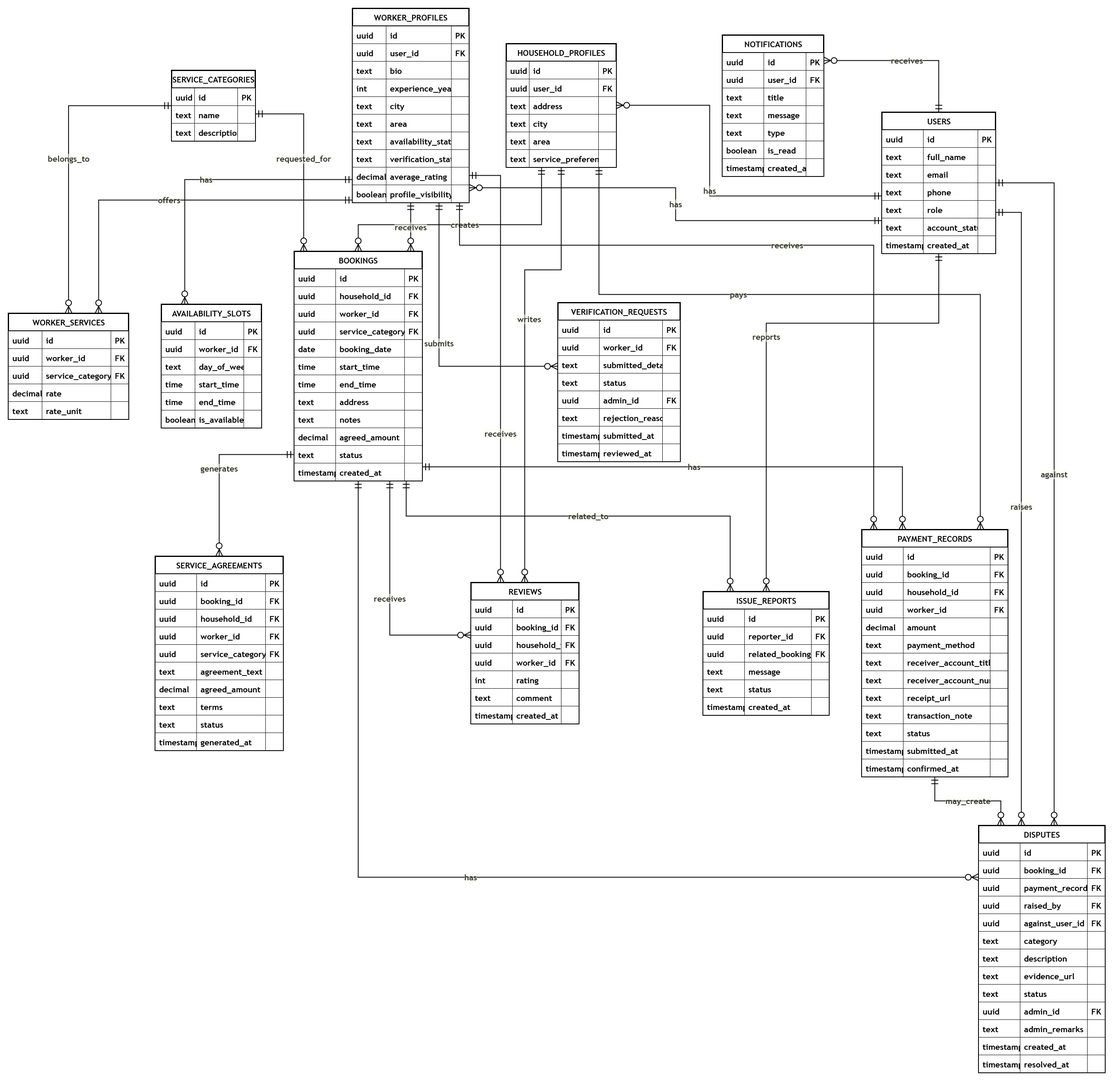
Above: Docs/30 Percent/Diagrams/ERD.png in AbuZar-Babar/HomeEase (draw.io), before the change. Source tidied: cells renumbered, new cells last; positions are measured from the earlier drawing's top-left corner, leaving out a move shared by most shapes.
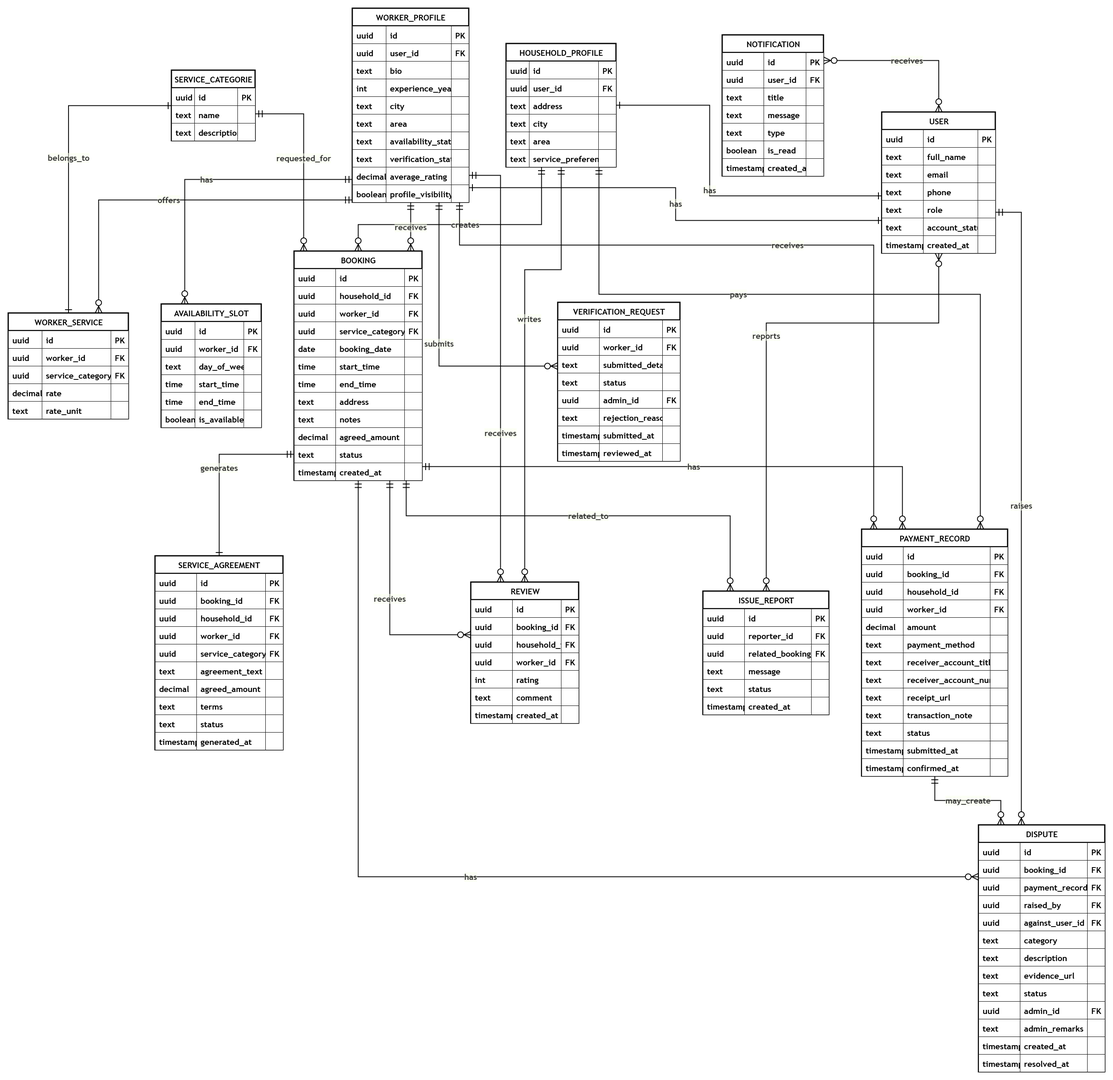
After the change.

Commit message:
docs: add system design documentation, diagrams, and project presentation assets

Change to the diagram source:
```diff
@@ -7,3 +7,3 @@
     </mxCell>
-    <mxCell id="3" value="USERS" style="shape=table;startSize=43;rowLines=1;fontSize=20;fontFamily=Trebuchet MS,Verdana,Arial,sans-serif;strokeWidth=3;align=center;html=1;fontStyle=1;" parent="2" vertex="1">
+    <mxCell id="3" value="USER" style="shape=table;startSize=43;rowLines=1;fontSize=20;fontFamily=Trebuchet MS,Verdana,Arial,sans-serif;strokeWidth=3;align=center;html=1;fontStyle=1;" parent="2" vertex="1">
       <mxGeometry x="2170" y="756" width="277" height="344" as="geometry" />
@@ -94,3 +94,3 @@
     </mxCell>
-    <mxCell id="32" value="HOUSEHOLD_PROFILES" style="shape=table;startSize=43;rowLines=1;fontSize=20;fontFamily=Trebuchet MS,Verdana,Arial,sans-serif;strokeWidth=3;align=center;html=1;fontStyle=1;" parent="2" vertex="1">
+    <mxCell id="32" value="HOUSEHOLD_PROFILE" style="shape=table;startSize=43;rowLines=1;fontSize=20;fontFamily=Trebuchet MS,Verdana,Arial,sans-serif;strokeWidth=3;align=center;html=1;fontStyle=1;" parent="2" vertex="1">
       <mxGeometry x="1254" y="589" width="268" height="301" as="geometry" />
@@ -169,3 +169,3 @@
     </mxCell>
-    <mxCell id="57" value="WORKER_PROFILES" style="shape=table;startSize=43;rowLines=1;fontSize=20;fontFamily=Trebuchet MS,Verdana,Arial,sans-serif;strokeWidth=3;align=center;html=1;fontStyle=1;" parent="2" vertex="1">
+    <mxCell id="57" value="WORKER_PROFILE" style="shape=table;startSize=43;rowLines=1;fontSize=20;fontFamily=Trebuchet MS,Verdana,Arial,sans-serif;strokeWidth=3;align=center;html=1;fontStyle=1;" parent="2" vertex="1">
       <mxGeometry x="879" y="503" width="284" height="473" as="geometry" />
@@ -292,3 +292,3 @@
     </mxCell>
-    <mxCell id="98" value="SERVICE_CATEGORIES" style="shape=table;startSize=43;rowLines=1;fontSize=20;fontFamily=Trebuchet MS,Verdana,Arial,sans-serif;strokeWidth=3;align=center;html=1;fontStyle=1;" parent="2" vertex="1">
+    <mxCell id="98" value="SERVICE_CATEGORIE" style="shape=table;startSize=43;rowLines=1;fontSize=20;fontFamily=Trebuchet MS,Verdana,Arial,sans-serif;strokeWidth=3;align=center;html=1;fontStyle=1;" parent="2" vertex="1">
       <mxGeometry x="438" y="654" width="204" height="172" as="geometry" />
@@ -331,3 +331,3 @@
     </mxCell>
-    <mxCell id="111" value="WORKER_SERVICES" style="shape=table;startSize=43;rowLines=1;fontSize=20;fontFamily=Trebuchet MS,Verdana,Arial,sans-serif;strokeWidth=3;align=center;html=1;fontStyle=1;" parent="2" vertex="1">
+    <mxCell id="111" value="WORKER_SERVICE" style="shape=table;startSize=43;rowLines=1;fontSize=20;fontFamily=Trebuchet MS,Verdana,Arial,sans-serif;strokeWidth=3;align=center;html=1;fontStyle=1;" parent="2" vertex="1">
       <mxGeometry x="40" y="1246" width="293" height="258" as="geometry" />
@@ -394,3 +394,3 @@
     </mxCell>
-    <mxCell id="132" value="AVAILABILITY_SLOTS" style="shape=table;startSize=43;rowLines=1;fontSize=20;fontFamily=Trebuchet MS,Verdana,Arial,sans-serif;strokeWidth=3;align=center;html=1;fontStyle=1;" parent="2" vertex="1">
+    <mxCell id="132" value="AVAILABILITY_SLOT" style="shape=table;startSize=43;rowLines=1;fontSize=20;fontFamily=Trebuchet MS,Verdana,Arial,sans-serif;strokeWidth=3;align=center;html=1;fontStyle=1;" parent="2" vertex="1">
       <mxGeometry x="413" y="1224" width="244" height="301" as="geometry" />
@@ -469,3 +469,3 @@
     </mxCell>
-    <mxCell id="157" value="BOOKINGS" style="shape=table;startSize=43;rowLines=1;fontSize=20;fontFamily=Trebuchet MS,Verdana,Arial,sans-serif;strokeWidth=3;align=center;html=1;fontStyle=1;" parent="2" vertex="1">
+    <mxCell id="157" value="BOOKING" style="shape=table;startSize=43;rowLines=1;fontSize=20;fontFamily=Trebuchet MS,Verdana,Arial,sans-serif;strokeWidth=3;align=center;html=1;fontStyle=1;" parent="2" vertex="1">
       <mxGeometry x="737" y="1095" width="312" height="559" as="geometry" />
@@ -616,3 +616,3 @@
     </mxCell>
-    <mxCell id="206" value="SERVICE_AGREEMENTS" style="shape=table;startSize=43;rowLines=1;fontSize=20;fontFamily=Trebuchet MS,Verdana,Arial,sans-serif;strokeWidth=3;align=center;html=1;fontStyle=1;" parent="2" vertex="1">
+    <mxCell id="206" value="SERVICE_AGREEMENT" style="shape=table;startSize=43;rowLines=1;fontSize=20;fontFamily=Trebuchet MS,Verdana,Arial,sans-serif;strokeWidth=3;align=center;html=1;fontStyle=1;" parent="2" vertex="1">
       <mxGeometry x="398" y="1838" width="312" height="473" as="geometry" />
@@ -739,3 +739,3 @@
     </mxCell>
-    <mxCell id="247" value="PAYMENT_RECORDS" style="shape=table;startSize=43;rowLines=1;fontSize=20;fontFamily=Trebuchet MS,Verdana,Arial,sans-serif;strokeWidth=3;align=center;html=1;fontStyle=1;" parent="2" vertex="1">
+    <mxCell id="247" value="PAYMENT_RECORD" style="shape=table;startSize=43;rowLines=1;fontSize=20;fontFamily=Trebuchet MS,Verdana,Arial,sans-serif;strokeWidth=3;align=center;html=1;fontStyle=1;" parent="2" vertex="1">
       <mxGeometry x="2121" y="1773" width="356" height="602" as="geometry" />
@@ -898,3 +898,3 @@
     </mxCell>
-    <mxCell id="300" value="REVIEWS" style="shape=table;startSize=43;rowLines=1;fontSize=20;fontFamily=Trebuchet MS,Verdana,Arial,sans-serif;strokeWidth=3;align=center;html=1;fontStyle=1;" parent="2" vertex="1">
+    <mxCell id="300" value="REVIEW" style="shape=table;startSize=43;rowLines=1;fontSize=20;fontFamily=Trebuchet MS,Verdana,Arial,sans-serif;strokeWidth=3;align=center;html=1;fontStyle=1;" parent="2" vertex="1">
       <mxGeometry x="1168" y="1902" width="263" height="344" as="geometry" />
@@ -985,3 +985,3 @@
     </mxCell>
-    <mxCell id="329" value="NOTIFICATIONS" style="shape=table;startSize=43;rowLines=1;fontSize=20;fontFamily=Trebuchet MS,Verdana,Arial,sans-serif;strokeWidth=3;align=center;html=1;fontStyle=1;" parent="2" vertex="1">
+    <mxCell id="329" value="NOTIFICATION" style="shape=table;startSize=43;rowLines=1;fontSize=20;fontFamily=Trebuchet MS,Verdana,Arial,sans-serif;strokeWidth=3;align=center;html=1;fontStyle=1;" parent="2" vertex="1">
       <mxGeometry x="1781" y="568" width="247" height="344" as="geometry" />
@@ -1072,3 +1072,3 @@
     </mxCell>
-    <mxCell id="358" value="VERIFICATION_REQUESTS" style="shape=table;startSize=43;rowLines=1;fontSize=20;fontFamily=Trebuchet MS,Verdana,Arial,sans-serif;strokeWidth=3;align=center;html=1;fontStyle=1;" parent="2" vertex="1">
+    <mxCell id="358" value="VERIFICATION_REQUEST" style="shape=table;startSize=43;rowLines=1;fontSize=20;fontFamily=Trebuchet MS,Verdana,Arial,sans-serif;strokeWidth=3;align=center;html=1;fontStyle=1;" parent="2" vertex="1">
       <mxGeometry x="1380" y="1220" width="298" height="387" as="geometry" />
@@ -1171,3 +1171,3 @@
     </mxCell>
-    <mxCell id="391" value="DISPUTES" style="shape=table;startSize=43;rowLines=1;fontSize=20;fontFamily=Trebuchet MS,Verdana,Arial,sans-serif;strokeWidth=3;align=center;html=1;fontStyle=1;" parent="2" vertex="1">
+    <mxCell id="391" value="DISPUTE" style="shape=table;startSize=43;rowLines=1;fontSize=20;fontFamily=Trebuchet MS,Verdana,Arial,sans-serif;strokeWidth=3;align=center;html=1;fontStyle=1;" parent="2" vertex="1">
       <mxGeometry x="2406" y="2494" width="308" height="602" as="geometry" />
@@ -1330,3 +1330,3 @@
     </mxCell>
-    <mxCell id="444" value="ISSUE_REPORTS" style="shape=table;startSize=43;rowLines=1;fontSize=20;fontFamily=Trebuchet MS,Verdana,Arial,sans-serif;strokeWidth=3;align=center;html=1;fontStyle=1;" parent="2" vertex="1">
+    <mxCell id="444" value="ISSUE_REPORT" style="shape=table;startSize=43;rowLines=1;fontSize=20;fontFamily=Trebuchet MS,Verdana,Arial,sans-serif;strokeWidth=3;align=center;html=1;fontStyle=1;" parent="2" vertex="1">
       <mxGeometry x="1734" y="1924" width="307" height="301" as="geometry" />
@@ -1405,3 +1405,3 @@
     </mxCell>
-    <mxCell id="469" value="has" style="startArrow=ERmandOne;startSize=14;endArrow=ERzeroToMany;endSize=14;strokeWidth=2;html=1;fontSize=20;labelBackgroundColor=light-dark(#F8FFEC4D,#2a2a2a4D);fontFamily=Trebuchet MS,Verdana,Arial,sans-serif;fontColor=light-dark(#333333,#cccccc);rounded=0;edgeStyle=orthogonalEdgeStyle;fontStyle=1;elbow=vertical;" parent="2" edge="1" source="3" target="32">
+    <mxCell id="469" value="has" style="startArrow=ERone;startSize=14;endArrow=ERone;endSize=14;strokeWidth=2;html=1;fontSize=20;labelBackgroundColor=light-dark(#F8FFEC4D,#2a2a2a4D);fontFamily=Trebuchet MS,Verdana,Arial,sans-serif;fontColor=light-dark(#333333,#cccccc);rounded=0;edgeStyle=orthogonalEdgeStyle;fontStyle=1;elbow=vertical;startFill=0;endFill=0;" parent="2" edge="1" source="3" target="32">
       <mxGeometry relative="1" as="geometry">
@@ -1413,3 +1413,3 @@
     </mxCell>
-    <mxCell id="470" value="has" style="startArrow=ERmandOne;startSize=14;endArrow=ERzeroToMany;endSize=14;strokeWidth=2;html=1;fontSize=20;labelBackgroundColor=light-dark(#F8FFEC4D,#2a2a2a4D);fontFamily=Trebuchet MS,Verdana,Arial,sans-serif;fontColor=light-dark(#333333,#cccccc);rounded=0;edgeStyle=orthogonalEdgeStyle;fontStyle=1;elbow=vertical;" parent="2" edge="1" source="3" target="57">
+    <mxCell id="470" value="has" style="startArrow=ERone;startSize=14;endArrow=ERone;endSize=14;strokeWidth=2;html=1;fontSize=20;labelBackgroundColor=light-dark(#F8FFEC4D,#2a2a2a4D);fontFamily=Trebuchet MS,Verdana,Arial,sans-serif;fontColor=light-dark(#333333,#cccccc);rounded=0;edgeStyle=orthogonalEdgeStyle;fontStyle=1;elbow=vertical;startFill=0;endFill=0;" parent="2" edge="1" source="3" target="57">
       <mxGeometry relative="1" as="geometry">
@@ -1428,3 +1428,3 @@
     </mxCell>
-    <mxCell id="472" value="belongs_to" style="startArrow=ERmandOne;startSize=14;endArrow=ERzeroToMany;endSize=14;strokeWidth=2;html=1;fontSize=20;labelBackgroundColor=light-dark(#F8FFEC4D,#2a2a2a4D);fontFamily=Trebuchet MS,Verdana,Arial,sans-serif;fontColor=light-dark(#333333,#cccccc);rounded=0;edgeStyle=orthogonalEdgeStyle;fontStyle=1;elbow=vertical;" parent="2" edge="1" source="98" target="111">
+    <mxCell id="472" value="belongs_to" style="startArrow=ERone;startSize=14;endArrow=ERone;endSize=14;strokeWidth=2;html=1;fontSize=20;labelBackgroundColor=light-dark(#F8FFEC4D,#2a2a2a4D);fontFamily=Trebuchet MS,Verdana,Arial,sans-serif;fontColor=light-dark(#333333,#cccccc);rounded=0;edgeStyle=orthogonalEdgeStyle;fontStyle=1;elbow=vertical;startFill=0;endFill=0;" parent="2" edge="1" source="98" target="111">
       <mxGeometry relative="1" as="geometry" />
@@ -1461,3 +1461,3 @@
     </mxCell>
-    <mxCell id="477" value="generates" style="startArrow=ERmandOne;startSize=14;endArrow=ERzeroToMany;endSize=14;strokeWidth=2;html=1;fontSize=20;labelBackgroundColor=light-dark(#F8FFEC4D,#2a2a2a4D);fontFamily=Trebuchet MS,Verdana,Arial,sans-serif;fontColor=light-dark(#333333,#cccccc);rounded=0;edgeStyle=orthogonalEdgeStyle;fontStyle=1;elbow=vertical;" parent="2" edge="1" source="157" target="206">
+    <mxCell id="477" value="generates" style="startArrow=ERmandOne;startSize=14;endArrow=ERone;endSize=14;strokeWidth=2;html=1;fontSize=20;labelBackgroundColor=light-dark(#F8FFEC4D,#2a2a2a4D);fontFamily=Trebuchet MS,Verdana,Arial,sans-serif;fontColor=light-dark(#333333,#cccccc);rounded=0;edgeStyle=orthogonalEdgeStyle;fontStyle=1;elbow=vertical;endFill=0;" parent="2" edge="1" source="157" target="206">
       <mxGeometry relative="1" as="geometry">
@@ -1530,3 +1530,3 @@
     </mxCell>
-    <mxCell id="486" value="receives" style="startArrow=ERmandOne;startSize=14;endArrow=ERzeroToMany;endSize=14;strokeWidth=2;html=1;fontSize=20;labelBackgroundColor=light-dark(#F8FFEC4D,#2a2a2a4D);fontFamily=Trebuchet MS,Verdana,Arial,sans-serif;fontColor=light-dark(#333333,#cccccc);rounded=0;edgeStyle=orthogonalEdgeStyle;fontStyle=1;elbow=vertical;" parent="2" edge="1" source="3" target="329">
+    <mxCell id="486" value="receives" style="startArrow=ERzeroToMany;startSize=14;endArrow=ERzeroToMany;endSize=14;strokeWidth=2;html=1;fontSize=20;labelBackgroundColor=light-dark(#F8FFEC4D,#2a2a2a4D);fontFamily=Trebuchet MS,Verdana,Arial,sans-serif;fontColor=light-dark(#333333,#cccccc);rounded=0;edgeStyle=orthogonalEdgeStyle;fontStyle=1;elbow=vertical;startFill=0;" parent="2" edge="1" source="3" target="329">
       <mxGeometry relative="1" as="geometry">
@@ -1552,3 +1552,3 @@
     </mxCell>
-    <mxCell id="489" value="reports" style="startArrow=ERmandOne;startSize=14;endArrow=ERzeroToMany;endSize=14;strokeWidth=2;html=1;fontSize=20;labelBackgroundColor=light-dark(#F8FFEC4D,#2a2a2a4D);fontFamily=Trebuchet MS,Verdana,Arial,sans-serif;fontColor=light-dark(#333333,#cccccc);rounded=0;edgeStyle=orthogonalEdgeStyle;fontStyle=1;elbow=vertical;" parent="2" edge="1" source="3" target="444">
+    <mxCell id="489" value="reports" style="startArrow=ERzeroToMany;startSize=14;endArrow=ERzeroToMany;endSize=14;strokeWidth=2;html=1;fontSize=20;labelBackgroundColor=light-dark(#F8FFEC4D,#2a2a2a4D);fontFamily=Trebuchet MS,Verdana,Arial,sans-serif;fontColor=light-dark(#333333,#cccccc);rounded=0;edgeStyle=orthogonalEdgeStyle;fontStyle=1;elbow=vertical;startFill=0;" parent="2" edge="1" source="3" target="444">
       <mxGeometry relative="1" as="geometry">
@@ -1567,9 +1567,2 @@
     </mxCell>
-    <mxCell id="491" value="against" style="startArrow=ERmandOne;startSize=14;endArrow=ERzeroToMany;endSize=14;strokeWidth=2;html=1;fontSize=20;labelBackgroundColor=light-dark(#F8FFEC4D,#2a2a2a4D);fontFamily=Trebuchet MS,Verdana,Arial,sans-serif;fontColor=light-dark(#333333,#cccccc);rounded=0;edgeStyle=orthogonalEdgeStyle;fontStyle=1;elbow=vertical;" parent="2" edge="1" source="3" target="391">
-      <mxGeometry relative="1" as="geometry">
-        <Array as="points">
-          <mxPoint x="2590" y="928" />
-        </Array>
-      </mxGeometry>
-    </mxCell>
   </root>
```
